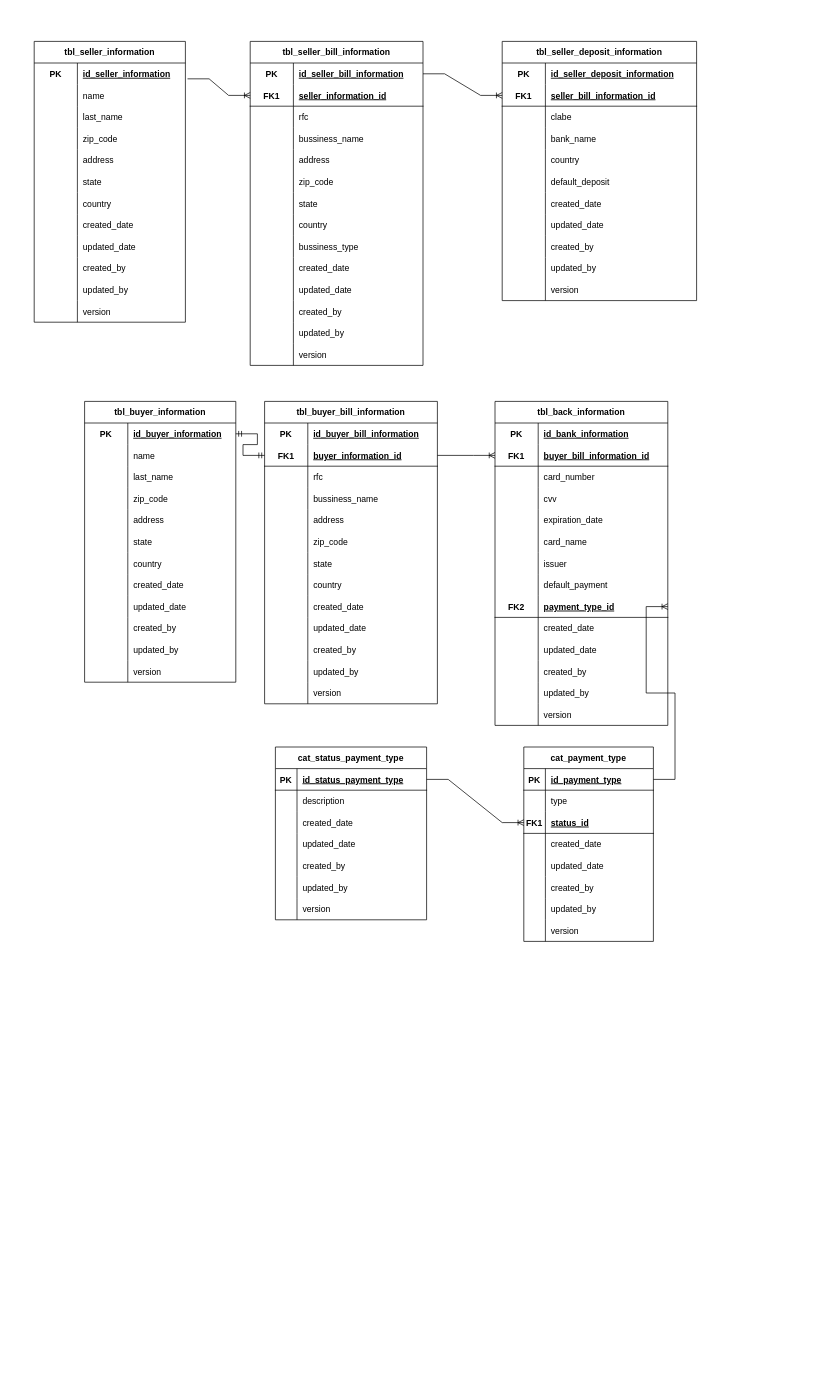
Abahafart/entity-relation keeps this draw.io diagram as Untitled Diagram.drawio. Above is the earlier version. Source tidied: cells renumbered, new cells numbered last; positions are measured from the earlier drawing's top-left corner, leaving out a move shared by most shapes. Both pictures are drawn from the tidied source at 72%, with x=0, y=0 at pixel (34, 41).
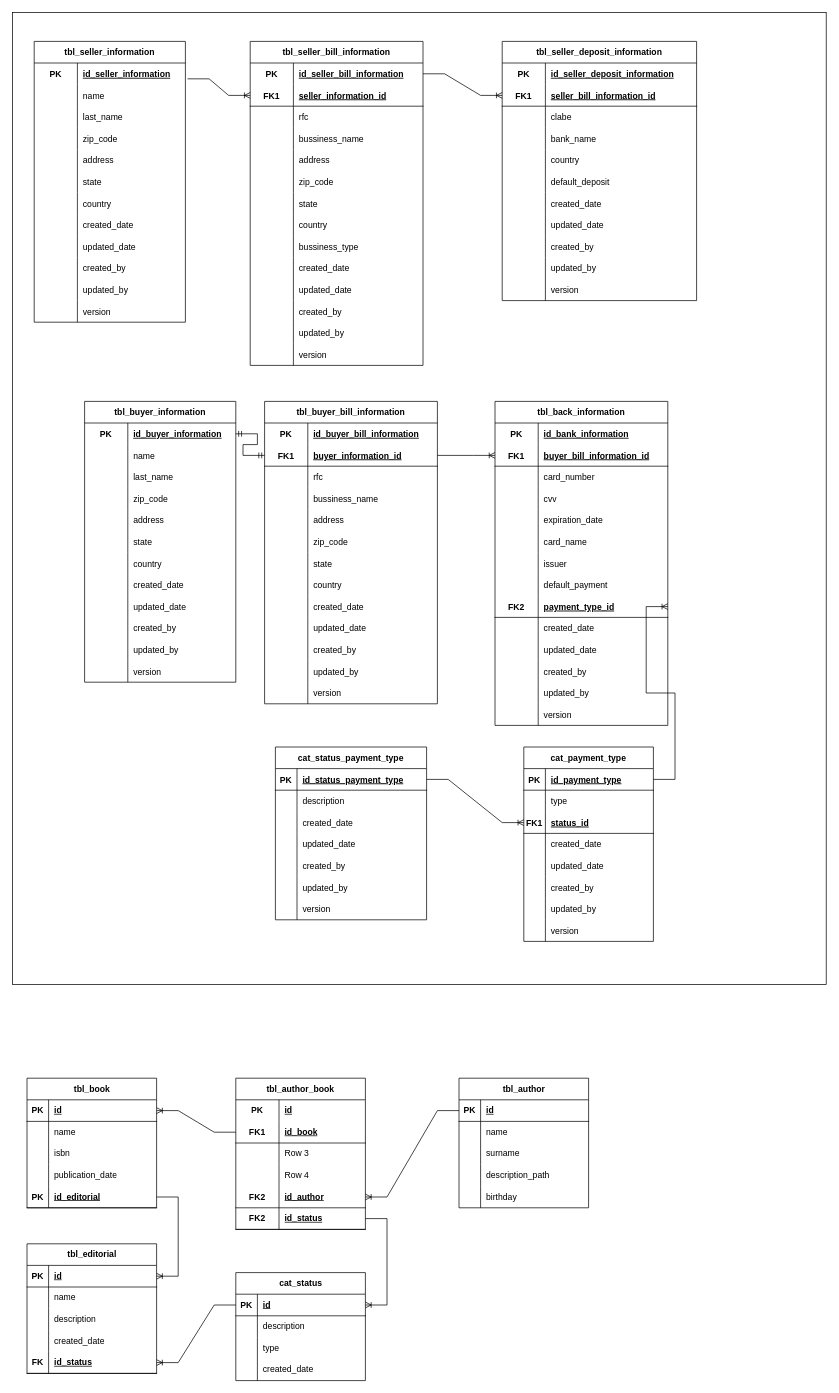
Above is the later version.

Change to the diagram source:
```diff
@@
+    <mxCell id="289" style="rounded=0;whiteSpace=wrap;html=1;" parent="1" vertex="1">
+      <mxGeometry x="-30" y="-40" width="1130" height="1350" as="geometry" />
+    </mxCell>
@@
+    <mxCell id="290" value="tbl_book" style="shape=table;startSize=30;childLayout=tableLayout;rowLines=0;fontStyle=1;align=center;html=1;" parent="1" vertex="1">
+      <mxGeometry x="-10" y="1440" width="180" height="180" as="geometry" />
+    </mxCell>
+    <mxCell id="291" style="shape=tableRow;horizontal=0;startSize=0;swimlaneHead=0;swimlaneBody=0;fillColor=none;points=[[0,0.5],[1,0.5]];portConstraint=eastwest;top=0;left=0;right=0;bottom=1;" parent="290" vertex="1">
+      <mxGeometry y="30" width="180" height="30" as="geometry" />
+    </mxCell>
+    <mxCell id="292" value="PK" style="shape=partialRectangle;fillColor=none;top=0;left=0;bottom=0;right=0;fontStyle=1;overflow=hidden;whiteSpace=wrap;html=1;" parent="291" vertex="1">
+      <mxGeometry width="30" height="30" as="geometry" />
+    </mxCell>
+    <mxCell id="293" value="id" style="shape=partialRectangle;fillColor=none;top=0;left=0;bottom=0;right=0;align=left;spacingLeft=6;fontStyle=5;overflow=hidden;whiteSpace=wrap;html=1;" parent="291" vertex="1">
+      <mxGeometry x="30" width="150" height="30" as="geometry" />
+    </mxCell>
+    <mxCell id="294" style="shape=tableRow;horizontal=0;startSize=0;swimlaneHead=0;swimlaneBody=0;fillColor=none;top=0;left=0;right=0;bottom=0;" parent="290" vertex="1">
+      <mxGeometry y="60" width="180" height="30" as="geometry" />
+    </mxCell>
+    <mxCell id="295" style="shape=partialRectangle;fillColor=none;top=0;left=0;bottom=0;right=0;overflow=hidden;whiteSpace=wrap;html=1;" parent="294" vertex="1">
+      <mxGeometry width="30" height="30" as="geometry" />
+    </mxCell>
+    <mxCell id="296" value="name" style="shape=partialRectangle;fillColor=none;top=0;left=0;bottom=0;right=0;align=left;spacingLeft=6;overflow=hidden;whiteSpace=wrap;html=1;" parent="294" vertex="1">
+      <mxGeometry x="30" width="150" height="30" as="geometry" />
+    </mxCell>
+    <mxCell id="297" style="shape=tableRow;horizontal=0;startSize=0;swimlaneHead=0;swimlaneBody=0;fillColor=none;top=0;left=0;right=0;bottom=0;" parent="290" vertex="1">
+      <mxGeometry y="90" width="180" height="30" as="geometry" />
+    </mxCell>
+    <mxCell id="298" style="shape=partialRectangle;fillColor=none;top=0;left=0;bottom=0;right=0;overflow=hidden;whiteSpace=wrap;html=1;" parent="297" vertex="1">
+      <mxGeometry width="30" height="30" as="geometry" />
+    </mxCell>
+    <mxCell id="299" value="isbn" style="shape=partialRectangle;fillColor=none;top=0;left=0;bottom=0;right=0;align=left;spacingLeft=6;overflow=hidden;whiteSpace=wrap;html=1;" parent="297" vertex="1">
+      <mxGeometry x="30" width="150" height="30" as="geometry" />
+    </mxCell>
+    <mxCell id="300" style="shape=tableRow;horizontal=0;startSize=0;swimlaneHead=0;swimlaneBody=0;fillColor=none;top=0;left=0;right=0;bottom=0;" parent="290" vertex="1">
+      <mxGeometry y="120" width="180" height="30" as="geometry" />
+    </mxCell>
+    <mxCell id="301" style="shape=partialRectangle;fillColor=none;top=0;left=0;bottom=0;right=0;overflow=hidden;whiteSpace=wrap;html=1;" parent="300" vertex="1">
+      <mxGeometry width="30" height="30" as="geometry" />
+    </mxCell>
+    <mxCell id="302" value="publication_date" style="shape=partialRectangle;fillColor=none;top=0;left=0;bottom=0;right=0;align=left;spacingLeft=6;overflow=hidden;whiteSpace=wrap;html=1;" parent="300" vertex="1">
+      <mxGeometry x="30" width="150" height="30" as="geometry" />
+    </mxCell>
+    <mxCell id="303" style="shape=tableRow;horizontal=0;startSize=0;swimlaneHead=0;swimlaneBody=0;fillColor=none;points=[[0,0.5],[1,0.5]];portConstraint=eastwest;top=0;left=0;right=0;bottom=1;" parent="290" vertex="1">
+      <mxGeometry y="150" width="180" height="30" as="geometry" />
+    </mxCell>
+    <mxCell id="304" value="PK" style="shape=partialRectangle;fillColor=none;top=0;left=0;bottom=0;right=0;fontStyle=1;overflow=hidden;whiteSpace=wrap;html=1;" parent="303" vertex="1">
+      <mxGeometry width="30" height="30" as="geometry" />
+    </mxCell>
+    <mxCell id="305" value="id_editorial" style="shape=partialRectangle;fillColor=none;top=0;left=0;bottom=0;right=0;align=left;spacingLeft=6;fontStyle=5;overflow=hidden;whiteSpace=wrap;html=1;" parent="303" vertex="1">
+      <mxGeometry x="30" width="150" height="30" as="geometry" />
+    </mxCell>
+    <mxCell id="306" value="tbl_author" style="shape=table;startSize=30;childLayout=tableLayout;rowLines=0;fontStyle=1;align=center;html=1;" parent="1" vertex="1">
+      <mxGeometry x="590" y="1440" width="180" height="180" as="geometry" />
+    </mxCell>
+    <mxCell id="307" style="shape=tableRow;horizontal=0;startSize=0;swimlaneHead=0;swimlaneBody=0;fillColor=none;points=[[0,0.5],[1,0.5]];portConstraint=eastwest;top=0;left=0;right=0;bottom=1;" parent="306" vertex="1">
+      <mxGeometry y="30" width="180" height="30" as="geometry" />
+    </mxCell>
+    <mxCell id="308" value="PK" style="shape=partialRectangle;fillColor=none;top=0;left=0;bottom=0;right=0;fontStyle=1;overflow=hidden;whiteSpace=wrap;html=1;" parent="307" vertex="1">
+      <mxGeometry width="30" height="30" as="geometry" />
+    </mxCell>
+    <mxCell id="309" value="id" style="shape=partialRectangle;fillColor=none;top=0;left=0;bottom=0;right=0;align=left;spacingLeft=6;fontStyle=5;overflow=hidden;whiteSpace=wrap;html=1;" parent="307" vertex="1">
+      <mxGeometry x="30" width="150" height="30" as="geometry" />
+    </mxCell>
+    <mxCell id="310" style="shape=tableRow;horizontal=0;startSize=0;swimlaneHead=0;swimlaneBody=0;fillColor=none;top=0;left=0;right=0;bottom=0;" parent="306" vertex="1">
+      <mxGeometry y="60" width="180" height="30" as="geometry" />
+    </mxCell>
+    <mxCell id="311" style="shape=partialRectangle;fillColor=none;top=0;left=0;bottom=0;right=0;overflow=hidden;whiteSpace=wrap;html=1;" parent="310" vertex="1">
+      <mxGeometry width="30" height="30" as="geometry" />
+    </mxCell>
+    <mxCell id="312" value="name" style="shape=partialRectangle;fillColor=none;top=0;left=0;bottom=0;right=0;align=left;spacingLeft=6;overflow=hidden;whiteSpace=wrap;html=1;" parent="310" vertex="1">
+      <mxGeometry x="30" width="150" height="30" as="geometry" />
+    </mxCell>
+    <mxCell id="313" style="shape=tableRow;horizontal=0;startSize=0;swimlaneHead=0;swimlaneBody=0;fillColor=none;top=0;left=0;right=0;bottom=0;" parent="306" vertex="1">
+      <mxGeometry y="90" width="180" height="30" as="geometry" />
+    </mxCell>
+    <mxCell id="314" style="shape=partialRectangle;fillColor=none;top=0;left=0;bottom=0;right=0;overflow=hidden;whiteSpace=wrap;html=1;" parent="313" vertex="1">
+      <mxGeometry width="30" height="30" as="geometry" />
+    </mxCell>
+    <mxCell id="315" value="surname" style="shape=partialRectangle;fillColor=none;top=0;left=0;bottom=0;right=0;align=left;spacingLeft=6;overflow=hidden;whiteSpace=wrap;html=1;" parent="313" vertex="1">
+      <mxGeometry x="30" width="150" height="30" as="geometry" />
+    </mxCell>
+    <mxCell id="316" style="shape=tableRow;horizontal=0;startSize=0;swimlaneHead=0;swimlaneBody=0;fillColor=none;top=0;left=0;right=0;bottom=0;" parent="306" vertex="1">
+      <mxGeometry y="120" width="180" height="30" as="geometry" />
+    </mxCell>
+    <mxCell id="317" style="shape=partialRectangle;fillColor=none;top=0;left=0;bottom=0;right=0;overflow=hidden;whiteSpace=wrap;html=1;" parent="316" vertex="1">
+      <mxGeometry width="30" height="30" as="geometry" />
+    </mxCell>
+    <mxCell id="318" value="description_path" style="shape=partialRectangle;fillColor=none;top=0;left=0;bottom=0;right=0;align=left;spacingLeft=6;overflow=hidden;whiteSpace=wrap;html=1;" parent="316" vertex="1">
+      <mxGeometry x="30" width="150" height="30" as="geometry" />
+    </mxCell>
+    <mxCell id="319" style="shape=tableRow;horizontal=0;startSize=0;swimlaneHead=0;swimlaneBody=0;fillColor=none;top=0;left=0;right=0;bottom=0;" parent="306" vertex="1">
+      <mxGeometry y="150" width="180" height="30" as="geometry" />
+    </mxCell>
+    <mxCell id="320" style="shape=partialRectangle;fillColor=none;top=0;left=0;bottom=0;right=0;overflow=hidden;whiteSpace=wrap;html=1;" parent="319" vertex="1">
+      <mxGeometry width="30" height="30" as="geometry" />
+    </mxCell>
+    <mxCell id="321" value="birthday" style="shape=partialRectangle;fillColor=none;top=0;left=0;bottom=0;right=0;align=left;spacingLeft=6;overflow=hidden;whiteSpace=wrap;html=1;" parent="319" vertex="1">
+      <mxGeometry x="30" width="150" height="30" as="geometry" />
+    </mxCell>
+    <mxCell id="322" value="tbl_author_book" style="shape=table;startSize=30;childLayout=tableLayout;rowLines=0;fontStyle=1;align=center;html=1;whiteSpace=wrap;" parent="1" vertex="1">
+      <mxGeometry x="280" y="1440" width="180" height="210" as="geometry" />
+    </mxCell>
+    <mxCell id="323" style="shape=tableRow;horizontal=0;startSize=0;swimlaneHead=0;swimlaneBody=0;fillColor=none;top=0;left=0;right=0;bottom=0;html=1;" parent="322" vertex="1">
+      <mxGeometry y="30" width="180" height="30" as="geometry" />
+    </mxCell>
+    <mxCell id="324" value="PK" style="shape=partialRectangle;fillColor=none;top=0;left=0;bottom=0;right=0;fontStyle=1;overflow=hidden;html=1;whiteSpace=wrap;" parent="323" vertex="1">
+      <mxGeometry width="60" height="30" as="geometry" />
+    </mxCell>
+    <mxCell id="325" value="id" style="shape=partialRectangle;fillColor=none;top=0;left=0;bottom=0;right=0;align=left;spacingLeft=6;fontStyle=5;overflow=hidden;html=1;whiteSpace=wrap;" parent="323" vertex="1">
+      <mxGeometry x="60" width="120" height="30" as="geometry" />
+    </mxCell>
+    <mxCell id="326" style="shape=tableRow;horizontal=0;startSize=0;swimlaneHead=0;swimlaneBody=0;fillColor=none;points=[[0,0.5],[1,0.5]];portConstraint=eastwest;top=0;left=0;right=0;bottom=1;html=1;" parent="322" vertex="1">
+      <mxGeometry y="60" width="180" height="30" as="geometry" />
+    </mxCell>
+    <mxCell id="327" value="FK1" style="shape=partialRectangle;fillColor=none;top=0;left=0;bottom=0;right=0;fontStyle=1;overflow=hidden;html=1;whiteSpace=wrap;" parent="326" vertex="1">
+      <mxGeometry width="60" height="30" as="geometry" />
+    </mxCell>
+    <mxCell id="328" value="id_book" style="shape=partialRectangle;fillColor=none;top=0;left=0;bottom=0;right=0;align=left;spacingLeft=6;fontStyle=5;overflow=hidden;html=1;whiteSpace=wrap;" parent="326" vertex="1">
+      <mxGeometry x="60" width="120" height="30" as="geometry" />
+    </mxCell>
+    <mxCell id="329" style="shape=tableRow;horizontal=0;startSize=0;swimlaneHead=0;swimlaneBody=0;fillColor=none;top=0;left=0;right=0;bottom=0;html=1;" parent="322" vertex="1">
+      <mxGeometry y="90" width="180" height="30" as="geometry" />
+    </mxCell>
+    <mxCell id="330" style="shape=partialRectangle;fillColor=none;top=0;left=0;bottom=0;right=0;overflow=hidden;html=1;whiteSpace=wrap;" parent="329" vertex="1">
+      <mxGeometry width="60" height="30" as="geometry" />
+    </mxCell>
+    <mxCell id="331" value="Row 3" style="shape=partialRectangle;fillColor=none;top=0;left=0;bottom=0;right=0;align=left;spacingLeft=6;overflow=hidden;html=1;whiteSpace=wrap;" parent="329" vertex="1">
+      <mxGeometry x="60" width="120" height="30" as="geometry" />
+    </mxCell>
+    <mxCell id="332" style="shape=tableRow;horizontal=0;startSize=0;swimlaneHead=0;swimlaneBody=0;fillColor=none;top=0;left=0;right=0;bottom=0;html=1;" parent="322" vertex="1">
+      <mxGeometry y="120" width="180" height="30" as="geometry" />
+    </mxCell>
+    <mxCell id="333" style="shape=partialRectangle;fillColor=none;top=0;left=0;bottom=0;right=0;overflow=hidden;html=1;whiteSpace=wrap;" parent="332" vertex="1">
+      <mxGeometry width="60" height="30" as="geometry" />
+    </mxCell>
+    <mxCell id="334" value="Row 4" style="shape=partialRectangle;fillColor=none;top=0;left=0;bottom=0;right=0;align=left;spacingLeft=6;overflow=hidden;html=1;whiteSpace=wrap;" parent="332" vertex="1">
+      <mxGeometry x="60" width="120" height="30" as="geometry" />
+    </mxCell>
+    <mxCell id="335" style="shape=tableRow;horizontal=0;startSize=0;swimlaneHead=0;swimlaneBody=0;fillColor=none;points=[[0,0.5],[1,0.5]];portConstraint=eastwest;top=0;left=0;right=0;bottom=1;html=1;" parent="322" vertex="1">
+      <mxGeometry y="150" width="180" height="30" as="geometry" />
+    </mxCell>
+    <mxCell id="336" value="FK2" style="shape=partialRectangle;fillColor=none;top=0;left=0;bottom=0;right=0;fontStyle=1;overflow=hidden;html=1;whiteSpace=wrap;" parent="335" vertex="1">
+      <mxGeometry width="60" height="30" as="geometry" />
+    </mxCell>
+    <mxCell id="337" value="id_author" style="shape=partialRectangle;fillColor=none;top=0;left=0;bottom=0;right=0;align=left;spacingLeft=6;fontStyle=5;overflow=hidden;html=1;whiteSpace=wrap;" parent="335" vertex="1">
+      <mxGeometry x="60" width="120" height="30" as="geometry" />
+    </mxCell>
+    <mxCell id="338" style="shape=tableRow;horizontal=0;startSize=0;swimlaneHead=0;swimlaneBody=0;fillColor=none;points=[[0,0.5],[1,0.5]];portConstraint=eastwest;top=0;left=0;right=0;bottom=1;html=1;" parent="322" vertex="1">
+      <mxGeometry y="180" width="180" height="30" as="geometry" />
+    </mxCell>
+    <mxCell id="339" value="FK2" style="shape=partialRectangle;fillColor=none;top=0;left=0;bottom=0;right=0;fontStyle=1;overflow=hidden;html=1;whiteSpace=wrap;" parent="338" vertex="1">
+      <mxGeometry width="60" height="30" as="geometry" />
+    </mxCell>
+    <mxCell id="340" value="id_status" style="shape=partialRectangle;fillColor=none;top=0;left=0;bottom=0;right=0;align=left;spacingLeft=6;fontStyle=5;overflow=hidden;html=1;whiteSpace=wrap;" parent="338" vertex="1">
+      <mxGeometry x="60" width="120" height="30" as="geometry" />
+    </mxCell>
+    <mxCell id="341" value="cat_status" style="shape=table;startSize=30;childLayout=tableLayout;rowLines=0;fontStyle=1;align=center;html=1;" parent="1" vertex="1">
+      <mxGeometry x="280" y="1710" width="180" height="150" as="geometry" />
+    </mxCell>
+    <mxCell id="342" style="shape=tableRow;horizontal=0;startSize=0;swimlaneHead=0;swimlaneBody=0;fillColor=none;points=[[0,0.5],[1,0.5]];portConstraint=eastwest;top=0;left=0;right=0;bottom=1;" parent="341" vertex="1">
+      <mxGeometry y="30" width="180" height="30" as="geometry" />
+    </mxCell>
+    <mxCell id="343" value="PK" style="shape=partialRectangle;fillColor=none;top=0;left=0;bottom=0;right=0;fontStyle=1;overflow=hidden;whiteSpace=wrap;html=1;" parent="342" vertex="1">
+      <mxGeometry width="30" height="30" as="geometry" />
+    </mxCell>
+    <mxCell id="344" value="id" style="shape=partialRectangle;fillColor=none;top=0;left=0;bottom=0;right=0;align=left;spacingLeft=6;fontStyle=5;overflow=hidden;whiteSpace=wrap;html=1;" parent="342" vertex="1">
+      <mxGeometry x="30" width="150" height="30" as="geometry" />
+    </mxCell>
+    <mxCell id="345" style="shape=tableRow;horizontal=0;startSize=0;swimlaneHead=0;swimlaneBody=0;fillColor=none;top=0;left=0;right=0;bottom=0;" parent="341" vertex="1">
+      <mxGeometry y="60" width="180" height="30" as="geometry" />
+    </mxCell>
+    <mxCell id="346" style="shape=partialRectangle;fillColor=none;top=0;left=0;bottom=0;right=0;overflow=hidden;whiteSpace=wrap;html=1;" parent="345" vertex="1">
+      <mxGeometry width="30" height="30" as="geometry" />
+    </mxCell>
+    <mxCell id="347" value="description" style="shape=partialRectangle;fillColor=none;top=0;left=0;bottom=0;right=0;align=left;spacingLeft=6;overflow=hidden;whiteSpace=wrap;html=1;" parent="345" vertex="1">
+      <mxGeometry x="30" width="150" height="30" as="geometry" />
+    </mxCell>
+    <mxCell id="348" style="shape=tableRow;horizontal=0;startSize=0;swimlaneHead=0;swimlaneBody=0;fillColor=none;top=0;left=0;right=0;bottom=0;" parent="341" vertex="1">
+      <mxGeometry y="90" width="180" height="30" as="geometry" />
+    </mxCell>
+    <mxCell id="349" style="shape=partialRectangle;fillColor=none;top=0;left=0;bottom=0;right=0;overflow=hidden;whiteSpace=wrap;html=1;" parent="348" vertex="1">
+      <mxGeometry width="30" height="30" as="geometry" />
+    </mxCell>
+    <mxCell id="350" value="type" style="shape=partialRectangle;fillColor=none;top=0;left=0;bottom=0;right=0;align=left;spacingLeft=6;overflow=hidden;whiteSpace=wrap;html=1;" parent="348" vertex="1">
+      <mxGeometry x="30" width="150" height="30" as="geometry" />
+    </mxCell>
+    <mxCell id="351" style="shape=tableRow;horizontal=0;startSize=0;swimlaneHead=0;swimlaneBody=0;fillColor=none;top=0;left=0;right=0;bottom=0;" parent="341" vertex="1">
+      <mxGeometry y="120" width="180" height="30" as="geometry" />
+    </mxCell>
+    <mxCell id="352" style="shape=partialRectangle;fillColor=none;top=0;left=0;bottom=0;right=0;overflow=hidden;whiteSpace=wrap;html=1;" parent="351" vertex="1">
+      <mxGeometry width="30" height="30" as="geometry" />
+    </mxCell>
+    <mxCell id="353" value="created_date" style="shape=partialRectangle;fillColor=none;top=0;left=0;bottom=0;right=0;align=left;spacingLeft=6;overflow=hidden;whiteSpace=wrap;html=1;" parent="351" vertex="1">
+      <mxGeometry x="30" width="150" height="30" as="geometry" />
+    </mxCell>
+    <mxCell id="354" value="tbl_editorial" style="shape=table;startSize=30;childLayout=tableLayout;rowLines=0;fontStyle=1;align=center;html=1;" parent="1" vertex="1">
+      <mxGeometry x="-10" y="1670" width="180" height="180" as="geometry" />
+    </mxCell>
+    <mxCell id="355" style="shape=tableRow;horizontal=0;startSize=0;swimlaneHead=0;swimlaneBody=0;fillColor=none;points=[[0,0.5],[1,0.5]];portConstraint=eastwest;top=0;left=0;right=0;bottom=1;" parent="354" vertex="1">
+      <mxGeometry y="30" width="180" height="30" as="geometry" />
+    </mxCell>
+    <mxCell id="356" value="PK" style="shape=partialRectangle;fillColor=none;top=0;left=0;bottom=0;right=0;fontStyle=1;overflow=hidden;whiteSpace=wrap;html=1;" parent="355" vertex="1">
+      <mxGeometry width="30" height="30" as="geometry" />
+    </mxCell>
+    <mxCell id="357" value="id" style="shape=partialRectangle;fillColor=none;top=0;left=0;bottom=0;right=0;align=left;spacingLeft=6;fontStyle=5;overflow=hidden;whiteSpace=wrap;html=1;" parent="355" vertex="1">
+      <mxGeometry x="30" width="150" height="30" as="geometry" />
+    </mxCell>
+    <mxCell id="358" style="shape=tableRow;horizontal=0;startSize=0;swimlaneHead=0;swimlaneBody=0;fillColor=none;top=0;left=0;right=0;bottom=0;" parent="354" vertex="1">
+      <mxGeometry y="60" width="180" height="30" as="geometry" />
+    </mxCell>
+    <mxCell id="359" style="shape=partialRectangle;fillColor=none;top=0;left=0;bottom=0;right=0;overflow=hidden;whiteSpace=wrap;html=1;" parent="358" vertex="1">
+      <mxGeometry width="30" height="30" as="geometry" />
+    </mxCell>
+    <mxCell id="360" value="name" style="shape=partialRectangle;fillColor=none;top=0;left=0;bottom=0;right=0;align=left;spacingLeft=6;overflow=hidden;whiteSpace=wrap;html=1;" parent="358" vertex="1">
+      <mxGeometry x="30" width="150" height="30" as="geometry" />
+    </mxCell>
+    <mxCell id="361" style="shape=tableRow;horizontal=0;startSize=0;swimlaneHead=0;swimlaneBody=0;fillColor=none;top=0;left=0;right=0;bottom=0;" parent="354" vertex="1">
+      <mxGeometry y="90" width="180" height="30" as="geometry" />
+    </mxCell>
+    <mxCell id="362" style="shape=partialRectangle;fillColor=none;top=0;left=0;bottom=0;right=0;overflow=hidden;whiteSpace=wrap;html=1;" parent="361" vertex="1">
+      <mxGeometry width="30" height="30" as="geometry" />
+    </mxCell>
+    <mxCell id="363" value="description" style="shape=partialRectangle;fillColor=none;top=0;left=0;bottom=0;right=0;align=left;spacingLeft=6;overflow=hidden;whiteSpace=wrap;html=1;" parent="361" vertex="1">
+      <mxGeometry x="30" width="150" height="30" as="geometry" />
+    </mxCell>
+    <mxCell id="364" style="shape=tableRow;horizontal=0;startSize=0;swimlaneHead=0;swimlaneBody=0;fillColor=none;top=0;left=0;right=0;bottom=0;" parent="354" vertex="1">
+      <mxGeometry y="120" width="180" height="30" as="geometry" />
+    </mxCell>
+    <mxCell id="365" style="shape=partialRectangle;fillColor=none;top=0;left=0;bottom=0;right=0;overflow=hidden;whiteSpace=wrap;html=1;" parent="364" vertex="1">
+      <mxGeometry width="30" height="30" as="geometry" />
+    </mxCell>
+    <mxCell id="366" value="created_date" style="shape=partialRectangle;fillColor=none;top=0;left=0;bottom=0;right=0;align=left;spacingLeft=6;overflow=hidden;whiteSpace=wrap;html=1;" parent="364" vertex="1">
+      <mxGeometry x="30" width="150" height="30" as="geometry" />
+    </mxCell>
+    <mxCell id="367" style="shape=tableRow;horizontal=0;startSize=0;swimlaneHead=0;swimlaneBody=0;fillColor=none;points=[[0,0.5],[1,0.5]];portConstraint=eastwest;top=0;left=0;right=0;bottom=1;" parent="354" vertex="1">
+      <mxGeometry y="150" width="180" height="30" as="geometry" />
+    </mxCell>
+    <mxCell id="368" value="FK" style="shape=partialRectangle;fillColor=none;top=0;left=0;bottom=0;right=0;fontStyle=1;overflow=hidden;whiteSpace=wrap;html=1;" parent="367" vertex="1">
+      <mxGeometry width="30" height="30" as="geometry" />
+    </mxCell>
+    <mxCell id="369" value="id_status" style="shape=partialRectangle;fillColor=none;top=0;left=0;bottom=0;right=0;align=left;spacingLeft=6;fontStyle=5;overflow=hidden;whiteSpace=wrap;html=1;" parent="367" vertex="1">
+      <mxGeometry x="30" width="150" height="30" as="geometry" />
+    </mxCell>
+    <mxCell id="370" style="edgeStyle=entityRelationEdgeStyle;fontSize=12;html=1;endArrow=ERoneToMany;rounded=0;exitX=0;exitY=0.5;exitDx=0;exitDy=0;entryX=1;entryY=0.5;entryDx=0;entryDy=0;" parent="1" edge="1" source="307" target="335">
+      <mxGeometry relative="1" as="geometry" />
+    </mxCell>
+    <mxCell id="371" style="edgeStyle=entityRelationEdgeStyle;fontSize=12;html=1;endArrow=ERoneToMany;rounded=0;exitX=0;exitY=0.5;exitDx=0;exitDy=0;entryX=1;entryY=0.5;entryDx=0;entryDy=0;" parent="1" edge="1" source="326" target="291">
+      <mxGeometry relative="1" as="geometry" />
+    </mxCell>
+    <mxCell id="372" style="edgeStyle=entityRelationEdgeStyle;fontSize=12;html=1;endArrow=ERoneToMany;rounded=0;entryX=1;entryY=0.5;entryDx=0;entryDy=0;exitX=1;exitY=0.5;exitDx=0;exitDy=0;" parent="1" edge="1" source="338" target="342">
+      <mxGeometry relative="1" as="geometry" />
+    </mxCell>
+    <mxCell id="373" style="edgeStyle=entityRelationEdgeStyle;fontSize=12;html=1;endArrow=ERoneToMany;rounded=0;entryX=1;entryY=0.5;entryDx=0;entryDy=0;exitX=0;exitY=0.5;exitDx=0;exitDy=0;" parent="1" edge="1" source="342" target="367">
+      <mxGeometry relative="1" as="geometry" />
+    </mxCell>
+    <mxCell id="374" style="edgeStyle=entityRelationEdgeStyle;fontSize=12;html=1;endArrow=ERoneToMany;rounded=0;exitX=1;exitY=0.5;exitDx=0;exitDy=0;entryX=1;entryY=0.5;entryDx=0;entryDy=0;" parent="1" edge="1" source="303" target="355">
+      <mxGeometry relative="1" as="geometry" />
+    </mxCell>
```
